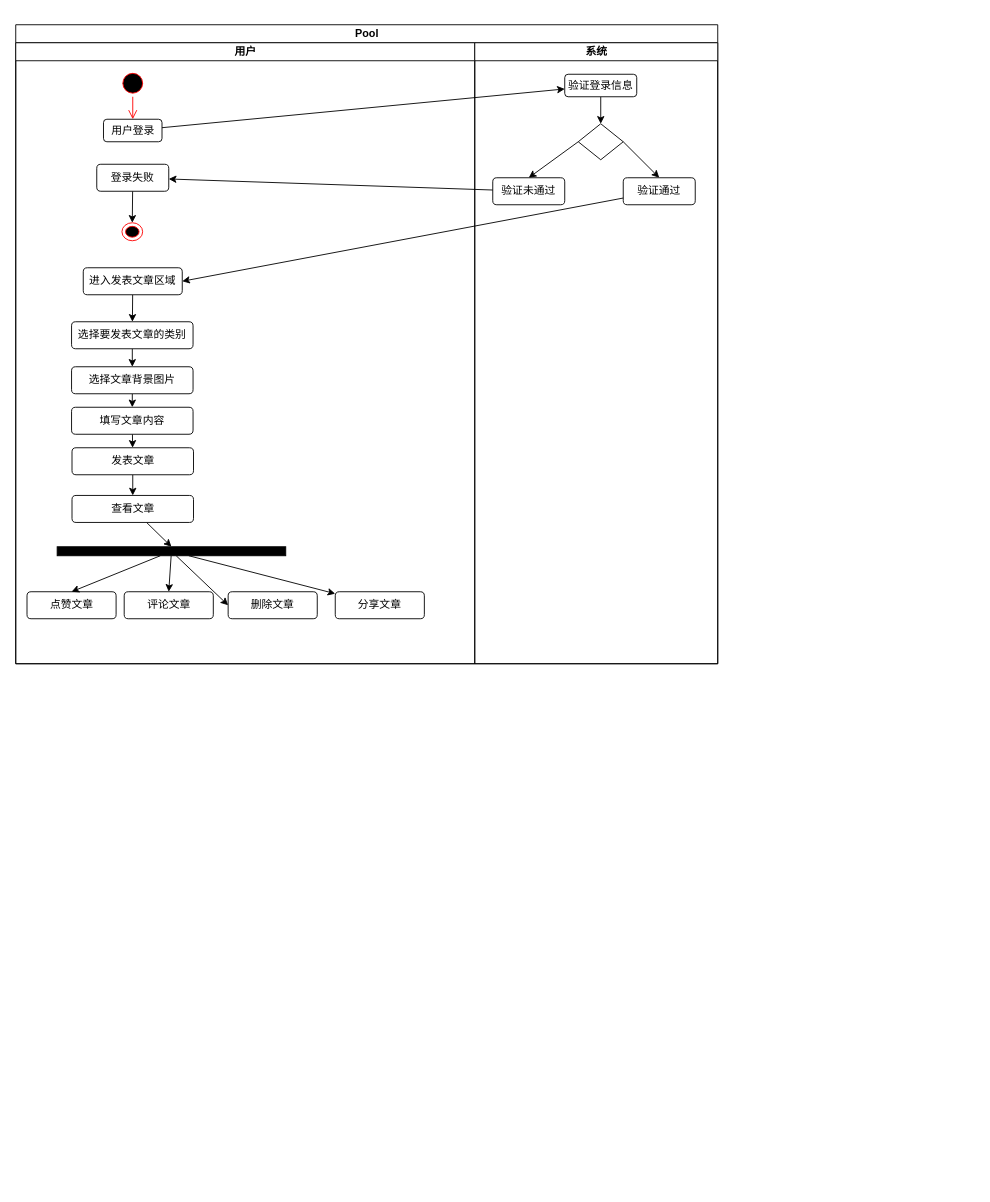
The draw.io diagram 活动图发表文章.drawio in JMHello/draw, before the edit. Source tidied: cells renumbered, new cells numbered last; positions are measured from the earlier drawing's top-left corner, leaving out a move shared by most shapes. Both pictures are drawn from the tidied source at 90%, with x=0, y=0 at pixel (15, 24).
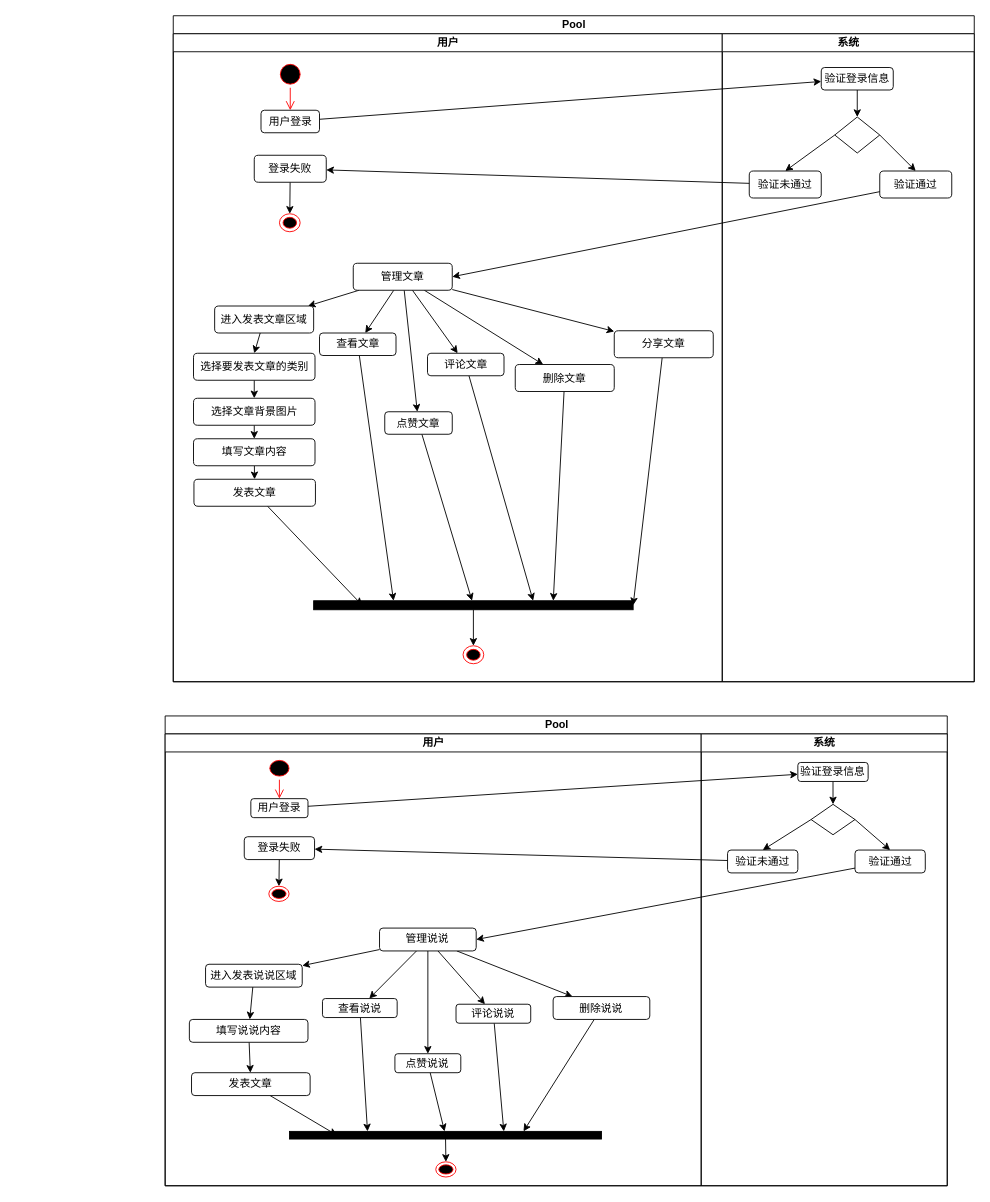
The same page after the edit.

Commit message:
Update 活动图发表文章.drawio

The edit, as a diff of the source:
```diff
@@
+    <mxCell id="42" style="group;" parent="1" vertex="1">
+      <mxGeometry x="175" y="-10" width="890" height="740" as="geometry" />
+    </mxCell>
-    <mxCell id="2" value="Pool" style="swimlane;html=1;startSize=20;" parent="1" vertex="1">
-      <mxGeometry width="780" height="710" as="geometry" />
+    <mxCell id="2" value="Pool" style="swimlane;html=1;startSize=20;" parent="42" vertex="1">
+      <mxGeometry width="890" height="740" as="geometry" />
     </mxCell>
@@
     <mxCell id="4" value="用户" style="swimlane;html=1;startSize=20;" parent="2" vertex="1">
-      <mxGeometry y="20" width="510" height="690" as="geometry" />
+      <mxGeometry y="20" width="610" height="720" as="geometry" />
     </mxCell>
@@
-    <mxCell id="11" style="edgeStyle=none;rounded=0;jettySize=auto;html=1;" parent="4" edge="1" source="12" target="14">
-      <mxGeometry relative="1" as="geometry" />
-    </mxCell>
+    <mxCell id="43" style="edgeStyle=none;rounded=0;jettySize=auto;html=1;" parent="4" edge="1" source="12" target="54">
+      <mxGeometry relative="1" as="geometry" />
+    </mxCell>
+    <mxCell id="44" style="edgeStyle=none;rounded=0;jettySize=auto;html=1;" parent="4" edge="1" source="12" target="22">
+      <mxGeometry relative="1" as="geometry" />
+    </mxCell>
+    <mxCell id="45" style="edgeStyle=none;rounded=0;jettySize=auto;html=1;" parent="4" edge="1" source="12" target="23">
+      <mxGeometry relative="1" as="geometry" />
+    </mxCell>
+    <mxCell id="46" style="edgeStyle=none;rounded=0;jettySize=auto;html=1;" parent="4" edge="1" source="12" target="29">
+      <mxGeometry relative="1" as="geometry" />
+    </mxCell>
+    <mxCell id="47" style="edgeStyle=none;rounded=0;jettySize=auto;html=1;" parent="4" edge="1" source="12" target="30">
+      <mxGeometry relative="1" as="geometry" />
+    </mxCell>
+    <mxCell id="48" style="edgeStyle=none;rounded=0;jettySize=auto;html=1;" parent="4" edge="1" source="12" target="31">
+      <mxGeometry relative="1" as="geometry" />
+    </mxCell>
-    <mxCell id="12" value="进入发表文章区域" style="rounded=1;whiteSpace=wrap;html=1;" parent="4" vertex="1">
-      <mxGeometry x="75" y="250" width="110" height="30" as="geometry" />
+    <mxCell id="12" value="管理文章" style="rounded=1;whiteSpace=wrap;html=1;" parent="4" vertex="1">
+      <mxGeometry x="200" y="255" width="110" height="30" as="geometry" />
     </mxCell>
+    <mxCell id="49" style="edgeStyle=none;rounded=0;jettySize=auto;html=1;entryX=1;entryY=0.5;entryDx=0;entryDy=0;" parent="4" edge="1" source="31" target="57">
+      <mxGeometry relative="1" as="geometry" />
+    </mxCell>
+    <mxCell id="31" value="分享文章" style="rounded=1;whiteSpace=wrap;html=1;" parent="4" vertex="1">
+      <mxGeometry x="490" y="330" width="110" height="30" as="geometry" />
+    </mxCell>
+    <mxCell id="50" style="edgeStyle=none;rounded=0;jettySize=auto;html=1;entryX=0.75;entryY=0;entryDx=0;entryDy=0;" parent="4" edge="1" source="30" target="57">
+      <mxGeometry relative="1" as="geometry" />
+    </mxCell>
+    <mxCell id="30" value="删除文章" style="rounded=1;whiteSpace=wrap;html=1;" parent="4" vertex="1">
+      <mxGeometry x="380" y="367.5" width="110" height="30" as="geometry" />
+    </mxCell>
+    <mxCell id="51" style="edgeStyle=none;rounded=0;jettySize=auto;html=1;entryX=0.687;entryY=0;entryDx=0;entryDy=0;entryPerimeter=0;" parent="4" edge="1" source="29" target="57">
+      <mxGeometry relative="1" as="geometry" />
+    </mxCell>
+    <mxCell id="29" value="评论文章" style="rounded=1;whiteSpace=wrap;html=1;" parent="4" vertex="1">
+      <mxGeometry x="282.5" y="355" width="85" height="25" as="geometry" />
+    </mxCell>
+    <mxCell id="52" style="edgeStyle=none;rounded=0;jettySize=auto;html=1;" parent="4" edge="1" source="23" target="57">
+      <mxGeometry relative="1" as="geometry" />
+    </mxCell>
+    <mxCell id="23" value="点赞文章" style="rounded=1;whiteSpace=wrap;html=1;" parent="4" vertex="1">
+      <mxGeometry x="235" y="420" width="75" height="25" as="geometry" />
+    </mxCell>
+    <mxCell id="53" style="edgeStyle=none;rounded=0;jettySize=auto;html=1;entryX=0.5;entryY=0;entryDx=0;entryDy=0;" parent="4" edge="1" source="54" target="14">
+      <mxGeometry relative="1" as="geometry" />
+    </mxCell>
+    <mxCell id="54" value="进入发表文章区域" style="rounded=1;whiteSpace=wrap;html=1;" parent="4" vertex="1">
+      <mxGeometry x="46" y="302.5" width="110" height="30" as="geometry" />
+    </mxCell>
@@
     <mxCell id="14" value="选择要发表文章的类别" style="rounded=1;whiteSpace=wrap;html=1;" parent="4" vertex="1">
-      <mxGeometry x="62" y="310" width="135" height="30" as="geometry" />
+      <mxGeometry x="22.5" y="355" width="135" height="30" as="geometry" />
     </mxCell>
@@
     <mxCell id="16" value="选择文章背景图片" style="rounded=1;whiteSpace=wrap;html=1;" parent="4" vertex="1">
-      <mxGeometry x="62" y="360" width="135" height="30" as="geometry" />
+      <mxGeometry x="22.5" y="405" width="135" height="30" as="geometry" />
     </mxCell>
@@
     <mxCell id="18" value="填写文章内容" style="rounded=1;whiteSpace=wrap;html=1;" parent="4" vertex="1">
-      <mxGeometry x="62" y="405" width="135" height="30" as="geometry" />
+      <mxGeometry x="22.5" y="450" width="135" height="30" as="geometry" />
     </mxCell>
-    <mxCell id="19" style="edgeStyle=none;rounded=0;jettySize=auto;html=1;" parent="4" edge="1" source="20" target="22">
-      <mxGeometry relative="1" as="geometry" />
-    </mxCell>
+    <mxCell id="55" style="edgeStyle=none;rounded=0;jettySize=auto;html=1;entryX=0.152;entryY=0.5;entryDx=0;entryDy=0;entryPerimeter=0;" parent="4" edge="1" source="20" target="57">
+      <mxGeometry relative="1" as="geometry" />
+    </mxCell>
     <mxCell id="20" value="发表文章" style="rounded=1;whiteSpace=wrap;html=1;" parent="4" vertex="1">
-      <mxGeometry x="62.5" y="450" width="135" height="30" as="geometry" />
+      <mxGeometry x="23" y="495" width="135" height="30" as="geometry" />
     </mxCell>
-    <mxCell id="21" style="edgeStyle=none;rounded=0;jettySize=auto;html=1;entryX=0.5;entryY=0;entryDx=0;entryDy=0;" parent="4" edge="1" source="22" target="28">
-      <mxGeometry relative="1" as="geometry" />
-    </mxCell>
+    <mxCell id="56" style="edgeStyle=none;rounded=0;jettySize=auto;html=1;" parent="4" edge="1" source="57" target="58">
+      <mxGeometry relative="1" as="geometry" />
+    </mxCell>
+    <mxCell id="57" style="rounded=0;whiteSpace=wrap;html=1;fillColor=#000000;" parent="4" vertex="1">
+      <mxGeometry x="156" y="630" width="355" height="10" as="geometry" />
+    </mxCell>
+    <mxCell id="58" style="ellipse;html=1;shape=endState;fillColor=#000000;strokeColor=#ff0000;" parent="4" vertex="1">
+      <mxGeometry x="322" y="680" width="23" height="20" as="geometry" />
+    </mxCell>
+    <mxCell id="59" style="edgeStyle=none;rounded=0;jettySize=auto;html=1;entryX=0.25;entryY=0;entryDx=0;entryDy=0;" parent="4" edge="1" source="22" target="57">
+      <mxGeometry relative="1" as="geometry" />
+    </mxCell>
     <mxCell id="22" value="查看文章" style="rounded=1;whiteSpace=wrap;html=1;" parent="4" vertex="1">
-      <mxGeometry x="62.5" y="503" width="135" height="30" as="geometry" />
+      <mxGeometry x="162.5" y="332.5" width="85" height="25" as="geometry" />
     </mxCell>
-    <mxCell id="23" value="点赞文章" style="rounded=1;whiteSpace=wrap;html=1;" parent="4" vertex="1">
-      <mxGeometry x="12.5" y="610" width="99" height="30" as="geometry" />
-    </mxCell>
-    <mxCell id="24" style="edgeStyle=none;rounded=0;jettySize=auto;html=1;entryX=0.5;entryY=0;entryDx=0;entryDy=0;" parent="4" edge="1" source="28" target="23">
-      <mxGeometry relative="1" as="geometry" />
-    </mxCell>
-    <mxCell id="25" style="edgeStyle=none;rounded=0;jettySize=auto;html=1;entryX=0.5;entryY=0;entryDx=0;entryDy=0;" parent="4" edge="1" source="28" target="29">
-      <mxGeometry relative="1" as="geometry" />
-    </mxCell>
-    <mxCell id="26" style="edgeStyle=none;rounded=0;jettySize=auto;html=1;entryX=0;entryY=0.5;entryDx=0;entryDy=0;" parent="4" edge="1" source="28" target="30">
-      <mxGeometry relative="1" as="geometry" />
-    </mxCell>
-    <mxCell id="27" style="edgeStyle=none;rounded=0;jettySize=auto;html=1;" parent="4" edge="1" source="28" target="31">
-      <mxGeometry relative="1" as="geometry" />
-    </mxCell>
-    <mxCell id="28" style="rounded=0;whiteSpace=wrap;html=1;fillColor=#000000;" parent="4" vertex="1">
-      <mxGeometry x="46" y="560" width="254" height="10" as="geometry" />
-    </mxCell>
-    <mxCell id="29" value="评论文章" style="rounded=1;whiteSpace=wrap;html=1;" parent="4" vertex="1">
-      <mxGeometry x="120.5" y="610" width="99" height="30" as="geometry" />
-    </mxCell>
-    <mxCell id="30" value="删除文章" style="rounded=1;whiteSpace=wrap;html=1;" parent="4" vertex="1">
-      <mxGeometry x="236" y="610" width="99" height="30" as="geometry" />
-    </mxCell>
-    <mxCell id="31" value="分享文章" style="rounded=1;whiteSpace=wrap;html=1;" parent="4" vertex="1">
-      <mxGeometry x="355" y="610" width="99" height="30" as="geometry" />
-    </mxCell>
     <mxCell id="32" value="系统" style="swimlane;html=1;startSize=20;" parent="2" vertex="1">
-      <mxGeometry x="510" y="20" width="270" height="690" as="geometry" />
+      <mxGeometry x="610" y="20" width="280" height="720" as="geometry" />
     </mxCell>
@@
     <mxCell id="34" value="验证登录信息" style="rounded=1;whiteSpace=wrap;html=1;" parent="32" vertex="1">
-      <mxGeometry x="100" y="35" width="80" height="25" as="geometry" />
+      <mxGeometry x="110" y="37.5" width="80" height="25" as="geometry" />
     </mxCell>
@@
     <mxCell id="37" style="rhombus;whiteSpace=wrap;html=1;" parent="32" vertex="1">
-      <mxGeometry x="115" y="90" width="50" height="40" as="geometry" />
+      <mxGeometry x="125" y="92.5" width="50" height="40" as="geometry" />
     </mxCell>
     <mxCell id="38" value="验证未通过" style="rounded=1;whiteSpace=wrap;html=1;" parent="32" vertex="1">
-      <mxGeometry x="20" y="150" width="80" height="30" as="geometry" />
+      <mxGeometry x="30" y="152.5" width="80" height="30" as="geometry" />
     </mxCell>
     <mxCell id="39" value="验证通过" style="rounded=1;whiteSpace=wrap;html=1;" parent="32" vertex="1">
-      <mxGeometry x="165" y="150" width="80" height="30" as="geometry" />
+      <mxGeometry x="175" y="152.5" width="80" height="30" as="geometry" />
     </mxCell>
@@
+    <mxCell id="60" style="group;" parent="1" vertex="1">
+      <mxGeometry x="166" y="768" width="869" height="522" as="geometry" />
+    </mxCell>
+    <mxCell id="61" value="Pool" style="swimlane;html=1;startSize=20;" parent="60" vertex="1">
+      <mxGeometry width="869" height="522" as="geometry" />
+    </mxCell>
+    <mxCell id="62" style="edgeStyle=none;rounded=0;jettySize=auto;html=1;" parent="61" edge="1" source="66" target="95">
+      <mxGeometry relative="1" as="geometry" />
+    </mxCell>
+    <mxCell id="63" value="用户" style="swimlane;html=1;startSize=20;" parent="61" vertex="1">
+      <mxGeometry y="20" width="595.6" height="502" as="geometry" />
+    </mxCell>
+    <mxCell id="64" style="ellipse;html=1;shape=startState;fillColor=#000000;strokeColor=#ff0000;" parent="63" vertex="1">
+      <mxGeometry x="112.3" y="25.4" width="29.3" height="25.4" as="geometry" />
+    </mxCell>
+    <mxCell id="65" style="html=1;verticalAlign=bottom;endArrow=open;endSize=8;strokeColor=#ff0000;entryX=0.5;entryY=0;entryDx=0;entryDy=0;" parent="63" edge="1" source="64" target="66">
+      <mxGeometry relative="1" as="geometry" />
+    </mxCell>
+    <mxCell id="66" value="用户登录" style="rounded=1;whiteSpace=wrap;html=1;" parent="63" vertex="1">
+      <mxGeometry x="95.2" y="71.9" width="63.5" height="21.1" as="geometry" />
+    </mxCell>
+    <mxCell id="67" style="edgeStyle=none;rounded=0;jettySize=auto;html=1;entryX=0.5;entryY=0;entryDx=0;entryDy=0;" parent="63" edge="1" source="68" target="69">
+      <mxGeometry relative="1" as="geometry" />
+    </mxCell>
+    <mxCell id="68" value="登录失败" style="rounded=1;whiteSpace=wrap;html=1;" parent="63" vertex="1">
+      <mxGeometry x="87.9" y="114.2" width="78.1" height="25.4" as="geometry" />
+    </mxCell>
+    <mxCell id="69" style="ellipse;html=1;shape=endState;fillColor=#000000;strokeColor=#ff0000;" parent="63" vertex="1">
+      <mxGeometry x="115.2" y="169.2" width="22.5" height="16.9" as="geometry" />
+    </mxCell>
+    <mxCell id="70" style="edgeStyle=none;rounded=0;jettySize=auto;html=1;" parent="63" edge="1" source="75" target="83">
+      <mxGeometry relative="1" as="geometry" />
+    </mxCell>
+    <mxCell id="71" style="edgeStyle=none;rounded=0;jettySize=auto;html=1;" parent="63" edge="1" source="75" target="92">
+      <mxGeometry relative="1" as="geometry" />
+    </mxCell>
+    <mxCell id="72" style="edgeStyle=none;rounded=0;jettySize=auto;html=1;" parent="63" edge="1" source="75" target="81">
+      <mxGeometry relative="1" as="geometry" />
+    </mxCell>
+    <mxCell id="73" style="edgeStyle=none;rounded=0;jettySize=auto;html=1;" parent="63" edge="1" source="75" target="79">
+      <mxGeometry relative="1" as="geometry" />
+    </mxCell>
+    <mxCell id="74" style="edgeStyle=none;rounded=0;jettySize=auto;html=1;" parent="63" edge="1" source="75" target="77">
+      <mxGeometry relative="1" as="geometry" />
+    </mxCell>
+    <mxCell id="75" value="管理说说" style="rounded=1;whiteSpace=wrap;html=1;" parent="63" vertex="1">
+      <mxGeometry x="238.2" y="215.7" width="107.4" height="25.4" as="geometry" />
+    </mxCell>
+    <mxCell id="76" style="edgeStyle=none;rounded=0;jettySize=auto;html=1;entryX=0.75;entryY=0;entryDx=0;entryDy=0;" parent="63" edge="1" source="77" target="89">
+      <mxGeometry relative="1" as="geometry" />
+    </mxCell>
+    <mxCell id="77" value="删除说说" style="rounded=1;whiteSpace=wrap;html=1;" parent="63" vertex="1">
+      <mxGeometry x="431.1" y="291.8" width="107.4" height="25.4" as="geometry" />
+    </mxCell>
+    <mxCell id="78" style="edgeStyle=none;rounded=0;jettySize=auto;html=1;entryX=0.687;entryY=0;entryDx=0;entryDy=0;entryPerimeter=0;" parent="63" edge="1" source="79" target="89">
+      <mxGeometry relative="1" as="geometry" />
+    </mxCell>
+    <mxCell id="79" value="评论说说" style="rounded=1;whiteSpace=wrap;html=1;" parent="63" vertex="1">
+      <mxGeometry x="323.2" y="300.3" width="83" height="21.1" as="geometry" />
+    </mxCell>
+    <mxCell id="80" style="edgeStyle=none;rounded=0;jettySize=auto;html=1;" parent="63" edge="1" source="81" target="89">
+      <mxGeometry relative="1" as="geometry" />
+    </mxCell>
+    <mxCell id="81" value="点赞说说" style="rounded=1;whiteSpace=wrap;html=1;" parent="63" vertex="1">
+      <mxGeometry x="255.3" y="355.3" width="73.2" height="21.1" as="geometry" />
+    </mxCell>
+    <mxCell id="82" style="edgeStyle=none;rounded=0;jettySize=auto;html=1;" parent="63" edge="1" source="83" target="85">
+      <mxGeometry relative="1" as="geometry" />
+    </mxCell>
+    <mxCell id="83" value="进入发表说说区域" style="rounded=1;whiteSpace=wrap;html=1;" parent="63" vertex="1">
+      <mxGeometry x="44.9" y="255.9" width="107.4" height="25.4" as="geometry" />
+    </mxCell>
+    <mxCell id="84" style="edgeStyle=none;rounded=0;jettySize=auto;html=1;" parent="63" edge="1" source="85" target="87">
+      <mxGeometry relative="1" as="geometry" />
+    </mxCell>
+    <mxCell id="85" value="填写说说内容" style="rounded=1;whiteSpace=wrap;html=1;" parent="63" vertex="1">
+      <mxGeometry x="26.9" y="317.2" width="131.8" height="25.4" as="geometry" />
+    </mxCell>
+    <mxCell id="86" style="edgeStyle=none;rounded=0;jettySize=auto;html=1;entryX=0.152;entryY=0.5;entryDx=0;entryDy=0;entryPerimeter=0;" parent="63" edge="1" source="87" target="89">
+      <mxGeometry relative="1" as="geometry" />
+    </mxCell>
+    <mxCell id="87" value="发表文章" style="rounded=1;whiteSpace=wrap;html=1;" parent="63" vertex="1">
+      <mxGeometry x="29.3" y="376.4" width="131.8" height="25.4" as="geometry" />
+    </mxCell>
+    <mxCell id="88" style="edgeStyle=none;rounded=0;jettySize=auto;html=1;" parent="63" edge="1" source="89" target="90">
+      <mxGeometry relative="1" as="geometry" />
+    </mxCell>
+    <mxCell id="89" style="rounded=0;whiteSpace=wrap;html=1;fillColor=#000000;" parent="63" vertex="1">
+      <mxGeometry x="138.2" y="441.6" width="346.6" height="8.5" as="geometry" />
+    </mxCell>
+    <mxCell id="90" style="ellipse;html=1;shape=endState;fillColor=#000000;strokeColor=#ff0000;" parent="63" vertex="1">
+      <mxGeometry x="300.7" y="475.4" width="22.5" height="16.9" as="geometry" />
+    </mxCell>
+    <mxCell id="91" style="edgeStyle=none;rounded=0;jettySize=auto;html=1;entryX=0.25;entryY=0;entryDx=0;entryDy=0;" parent="63" edge="1" source="92" target="89">
+      <mxGeometry relative="1" as="geometry" />
+    </mxCell>
+    <mxCell id="92" value="查看说说" style="rounded=1;whiteSpace=wrap;html=1;" parent="63" vertex="1">
+      <mxGeometry x="174.8" y="294" width="83" height="21.1" as="geometry" />
+    </mxCell>
+    <mxCell id="93" value="系统" style="swimlane;html=1;startSize=20;" parent="61" vertex="1">
+      <mxGeometry x="595.6" y="20" width="273.4" height="502" as="geometry" />
+    </mxCell>
+    <mxCell id="94" style="edgeStyle=none;rounded=0;jettySize=auto;html=1;" parent="93" edge="1" source="95" target="98">
+      <mxGeometry relative="1" as="geometry" />
+    </mxCell>
+    <mxCell id="95" value="验证登录信息" style="rounded=1;whiteSpace=wrap;html=1;" parent="93" vertex="1">
+      <mxGeometry x="107.4" y="31.7" width="78.1" height="21.1" as="geometry" />
+    </mxCell>
+    <mxCell id="96" style="edgeStyle=none;rounded=0;jettySize=auto;html=1;exitX=0;exitY=0.5;exitDx=0;exitDy=0;entryX=0.5;entryY=0;entryDx=0;entryDy=0;" parent="93" edge="1" source="98" target="99">
+      <mxGeometry relative="1" as="geometry" />
+    </mxCell>
+    <mxCell id="97" style="edgeStyle=none;rounded=0;jettySize=auto;html=1;exitX=1;exitY=0.5;exitDx=0;exitDy=0;entryX=0.5;entryY=0;entryDx=0;entryDy=0;" parent="93" edge="1" source="98" target="100">
+      <mxGeometry relative="1" as="geometry" />
+    </mxCell>
+    <mxCell id="98" style="rhombus;whiteSpace=wrap;html=1;" parent="93" vertex="1">
+      <mxGeometry x="122.1" y="78.2" width="48.8" height="33.8" as="geometry" />
+    </mxCell>
+    <mxCell id="99" value="验证未通过" style="rounded=1;whiteSpace=wrap;html=1;" parent="93" vertex="1">
+      <mxGeometry x="29.3" y="129" width="78.1" height="25.4" as="geometry" />
+    </mxCell>
+    <mxCell id="100" value="验证通过" style="rounded=1;whiteSpace=wrap;html=1;" parent="93" vertex="1">
+      <mxGeometry x="170.9" y="129" width="78.1" height="25.4" as="geometry" />
+    </mxCell>
+    <mxCell id="101" style="edgeStyle=none;rounded=0;jettySize=auto;html=1;" parent="61" edge="1" source="99" target="68">
+      <mxGeometry relative="1" as="geometry" />
+    </mxCell>
+    <mxCell id="102" style="rounded=0;jettySize=auto;html=1;entryX=1;entryY=0.5;entryDx=0;entryDy=0;" parent="61" edge="1" source="100" target="75">
+      <mxGeometry relative="1" as="geometry" />
+    </mxCell>
```
